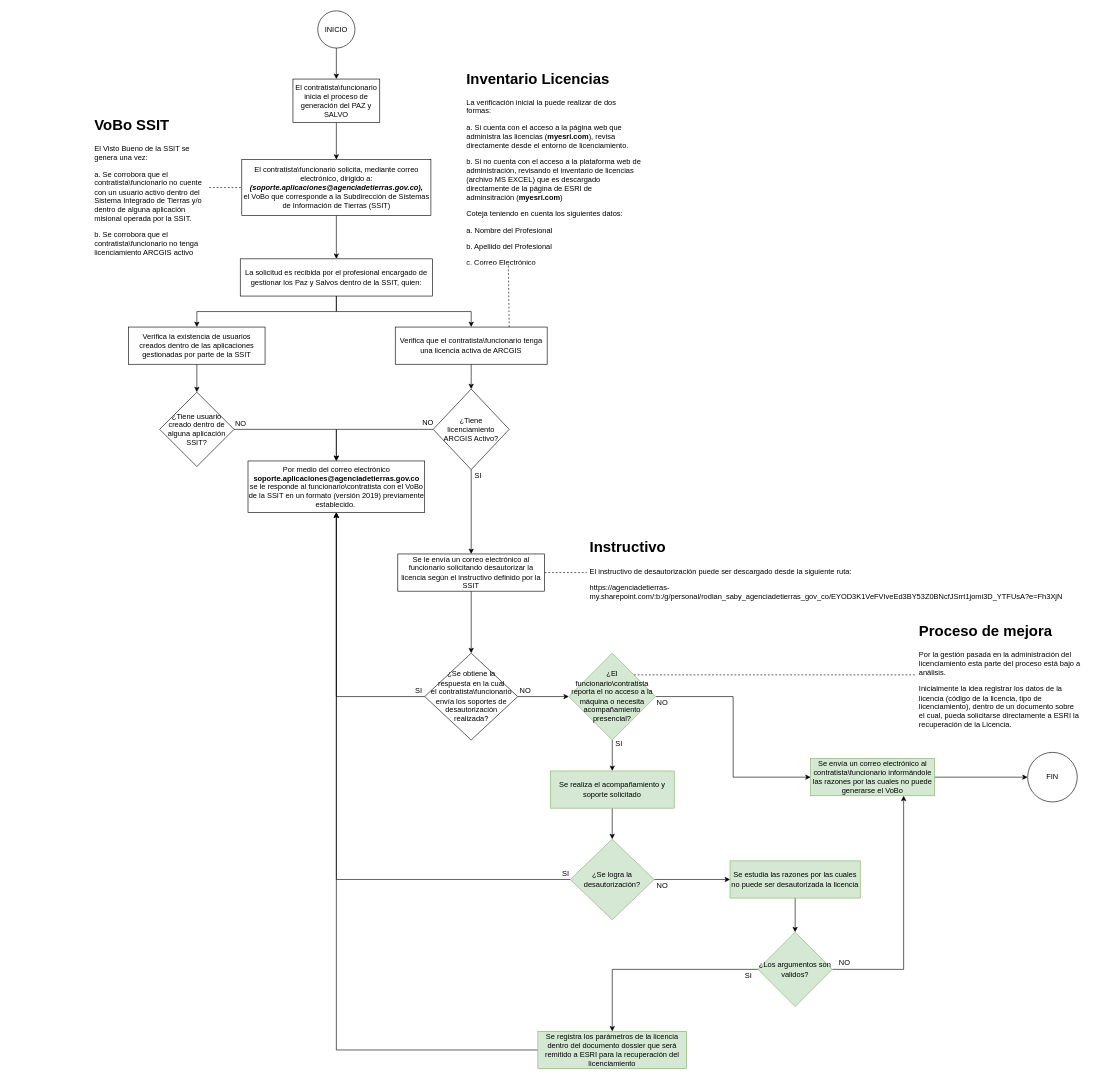
Above: ProcedimientoPazSalvo_SSIT.drawio in rjsaby/FlujoProcesos (draw.io), before the change. Source tidied: cells renumbered, new cells numbered last; positions are measured from the earlier drawing's top-left corner, leaving out a move shared by most shapes. Both pictures are drawn from the tidied source at 62%, with x=0, y=0 at pixel (91, 11).
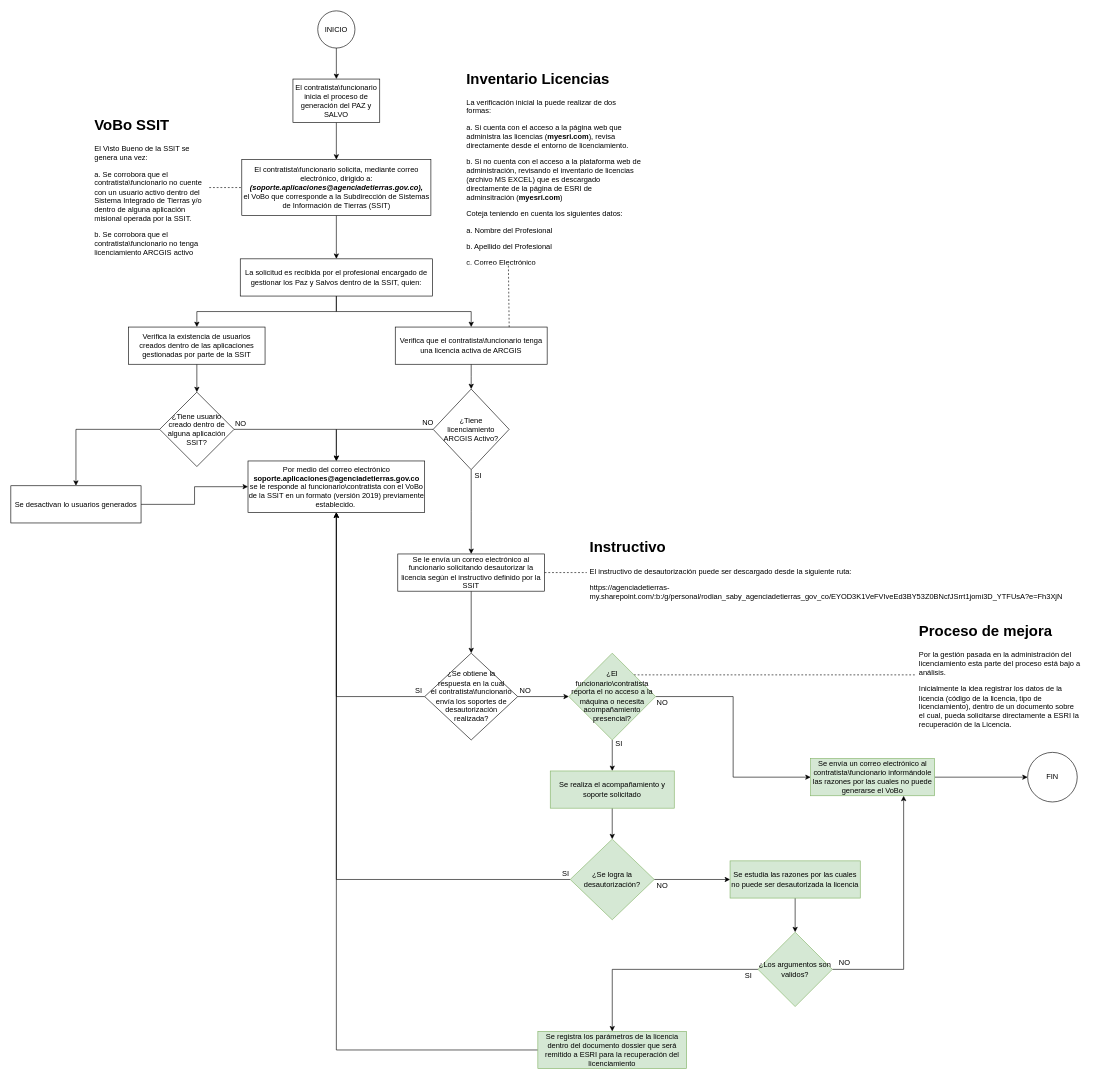
The same page after the edit.

The change refers to these unchanged cells:
```xml
<mxCell id="23" value="¿Tiene usuario creado dentro de alguna aplicación SSIT?" style="rhombus;whiteSpace=wrap;html=1;" parent="1" vertex="1">
  <mxGeometry x="110" y="615" width="120" height="120" as="geometry" />
</mxCell>
<mxCell id="24" value="Por medio del correo electrónico&lt;br&gt;&lt;b&gt;soporte.aplicaciones@agenciadetierras.gov.co&lt;/b&gt;&lt;br&gt;se le responde al funcionario\contratista con el VoBo de la SSIT en un formato (versión 2019) previamente establecido.&amp;nbsp;" style="rounded=0;whiteSpace=wrap;html=1;" parent="1" vertex="1">
  <mxGeometry x="252.5" y="726" width="285" height="83" as="geometry" />
</mxCell>
```

What changed in the source:
```diff
@@
+    <mxCell id="63" style="edgeStyle=orthogonalEdgeStyle;rounded=0;jettySize=auto;html=1;entryX=0.5;entryY=0;entryDx=0;entryDy=0;" parent="1" edge="1" source="23" target="65">
+      <mxGeometry relative="1" as="geometry" />
+    </mxCell>
@@
+    <mxCell id="64" style="edgeStyle=orthogonalEdgeStyle;rounded=0;jettySize=auto;html=1;entryX=0;entryY=0.5;entryDx=0;entryDy=0;" parent="1" edge="1" source="65" target="24">
+      <mxGeometry relative="1" as="geometry" />
+    </mxCell>
+    <mxCell id="65" value="Se desactivan lo usuarios generados" style="rounded=0;whiteSpace=wrap;html=1;" parent="1" vertex="1">
+      <mxGeometry x="-130" y="766" width="210" height="60" as="geometry" />
+    </mxCell>
```
